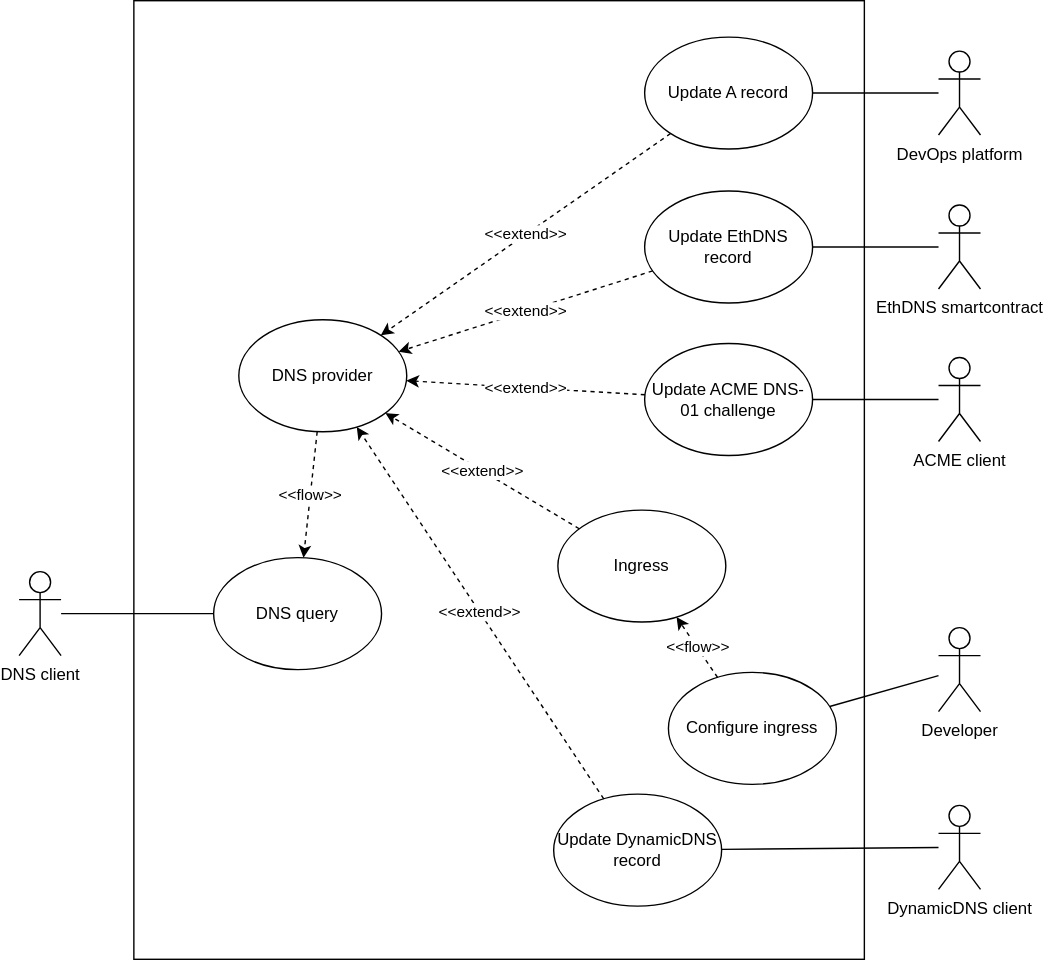
chris13524/tacodns keeps this draw.io diagram as use-cases.drawio.svg. Above is the earlier version. Source tidied: cells renumbered, new cells last; positions are measured from the earlier drawing's top-left corner, leaving out a move shared by most shapes. Source of this version:
```xml
<mxGraphModel>
  <root>
    <mxCell id="0" />
    <mxCell id="1" parent="0" />
    <mxCell id="2" value="DNS client" style="shape=umlActor;verticalLabelPosition=bottom;verticalAlign=top;html=1;outlineConnect=0;" parent="1" vertex="1">
      <mxGeometry y="408" width="30" height="60" as="geometry" />
    </mxCell>
    <mxCell id="3" style="rounded=0;whiteSpace=wrap;html=1;" parent="1" vertex="1">
      <mxGeometry x="82" width="522" height="685" as="geometry" />
    </mxCell>
    <mxCell id="4" value="DNS query" style="ellipse;whiteSpace=wrap;html=1;" parent="1" vertex="1">
      <mxGeometry x="139" y="398" width="120" height="80" as="geometry" />
    </mxCell>
    <mxCell id="5" style="endArrow=none;html=1;endFill=0;" parent="1" edge="1" source="2" target="4">
      <mxGeometry relative="1" as="geometry" />
    </mxCell>
    <mxCell id="6" value="ACME client" style="shape=umlActor;verticalLabelPosition=bottom;verticalAlign=top;html=1;outlineConnect=0;" parent="1" vertex="1">
      <mxGeometry x="657" y="255" width="30" height="60" as="geometry" />
    </mxCell>
    <mxCell id="7" value="DNS provider" style="ellipse;whiteSpace=wrap;html=1;" parent="1" vertex="1">
      <mxGeometry x="157" y="228" width="120" height="80" as="geometry" />
    </mxCell>
    <mxCell id="8" value="&amp;lt;&amp;lt;flow&amp;gt;&amp;gt;" style="endArrow=classic;html=1;dashed=1;" parent="1" edge="1" source="7" target="4">
      <mxGeometry relative="1" as="geometry" />
    </mxCell>
    <mxCell id="9" value="Update ACME DNS-01 challenge" style="ellipse;whiteSpace=wrap;html=1;" parent="1" vertex="1">
      <mxGeometry x="447" y="245" width="120" height="80" as="geometry" />
    </mxCell>
    <mxCell id="10" value="&amp;lt;&amp;lt;extend&amp;gt;&amp;gt;" style="endArrow=classic;html=1;dashed=1;" parent="1" edge="1" source="9" target="7">
      <mxGeometry relative="1" as="geometry" />
    </mxCell>
    <mxCell id="11" style="endArrow=none;html=1;startArrow=none;startFill=0;endFill=0;" parent="1" edge="1" source="6" target="9">
      <mxGeometry relative="1" as="geometry" />
    </mxCell>
    <mxCell id="12" value="DynamicDNS client" style="shape=umlActor;verticalLabelPosition=bottom;verticalAlign=top;html=1;outlineConnect=0;" parent="1" vertex="1">
      <mxGeometry x="657" y="575" width="30" height="60" as="geometry" />
    </mxCell>
    <mxCell id="13" value="Update DynamicDNS record" style="ellipse;whiteSpace=wrap;html=1;" parent="1" vertex="1">
      <mxGeometry x="382" y="567" width="120" height="80" as="geometry" />
    </mxCell>
    <mxCell id="14" value="&amp;lt;&amp;lt;extend&amp;gt;&amp;gt;" style="endArrow=classic;html=1;dashed=1;" parent="1" edge="1" source="13" target="7">
      <mxGeometry relative="1" as="geometry" />
    </mxCell>
    <mxCell id="15" style="endArrow=none;html=1;startArrow=none;startFill=0;endFill=0;" parent="1" edge="1" source="12" target="13">
      <mxGeometry relative="1" as="geometry" />
    </mxCell>
    <mxCell id="16" value="Developer" style="shape=umlActor;verticalLabelPosition=bottom;verticalAlign=top;html=1;outlineConnect=0;" parent="1" vertex="1">
      <mxGeometry x="657" y="448" width="30" height="60" as="geometry" />
    </mxCell>
    <mxCell id="17" value="Ingress" style="ellipse;whiteSpace=wrap;html=1;" parent="1" vertex="1">
      <mxGeometry x="385" y="364" width="120" height="80" as="geometry" />
    </mxCell>
    <mxCell id="18" value="&amp;lt;&amp;lt;extend&amp;gt;&amp;gt;" style="endArrow=classic;html=1;dashed=1;" parent="1" edge="1" source="17" target="7">
      <mxGeometry relative="1" as="geometry" />
    </mxCell>
    <mxCell id="19" style="endArrow=none;html=1;startArrow=none;startFill=0;endFill=0;" parent="1" edge="1" source="16" target="20">
      <mxGeometry relative="1" as="geometry" />
    </mxCell>
    <mxCell id="20" value="Configure ingress" style="ellipse;whiteSpace=wrap;html=1;" parent="1" vertex="1">
      <mxGeometry x="464" y="480" width="120" height="80" as="geometry" />
    </mxCell>
    <mxCell id="21" value="&amp;lt;&amp;lt;flow&amp;gt;&amp;gt;" style="endArrow=classic;html=1;dashed=1;" parent="1" edge="1" source="20" target="17">
      <mxGeometry relative="1" as="geometry" />
    </mxCell>
    <mxCell id="22" value="EthDNS smartcontract" style="shape=umlActor;verticalLabelPosition=bottom;verticalAlign=top;html=1;outlineConnect=0;" parent="1" vertex="1">
      <mxGeometry x="657" y="146" width="30" height="60" as="geometry" />
    </mxCell>
    <mxCell id="23" value="Update EthDNS record" style="ellipse;whiteSpace=wrap;html=1;" parent="1" vertex="1">
      <mxGeometry x="447" y="136" width="120" height="80" as="geometry" />
    </mxCell>
    <mxCell id="24" style="endArrow=none;html=1;startArrow=none;startFill=0;endFill=0;" parent="1" edge="1" source="22" target="23">
      <mxGeometry relative="1" as="geometry" />
    </mxCell>
    <mxCell id="25" value="&amp;lt;&amp;lt;extend&amp;gt;&amp;gt;" style="endArrow=classic;html=1;dashed=1;" parent="1" edge="1" source="23" target="7">
      <mxGeometry relative="1" as="geometry" />
    </mxCell>
    <mxCell id="26" value="DevOps platform" style="shape=umlActor;verticalLabelPosition=bottom;verticalAlign=top;html=1;outlineConnect=0;" parent="1" vertex="1">
      <mxGeometry x="657" y="36" width="30" height="60" as="geometry" />
    </mxCell>
    <mxCell id="27" value="Update A record" style="ellipse;whiteSpace=wrap;html=1;" parent="1" vertex="1">
      <mxGeometry x="447" y="26" width="120" height="80" as="geometry" />
    </mxCell>
    <mxCell id="28" style="endArrow=none;html=1;startArrow=none;startFill=0;endFill=0;" parent="1" edge="1" source="26" target="27">
      <mxGeometry relative="1" as="geometry" />
    </mxCell>
    <mxCell id="29" value="&amp;lt;&amp;lt;extend&amp;gt;&amp;gt;" style="endArrow=classic;html=1;dashed=1;" parent="1" edge="1" source="27" target="7">
      <mxGeometry relative="1" as="geometry" />
    </mxCell>
  </root>
</mxGraphModel>
```
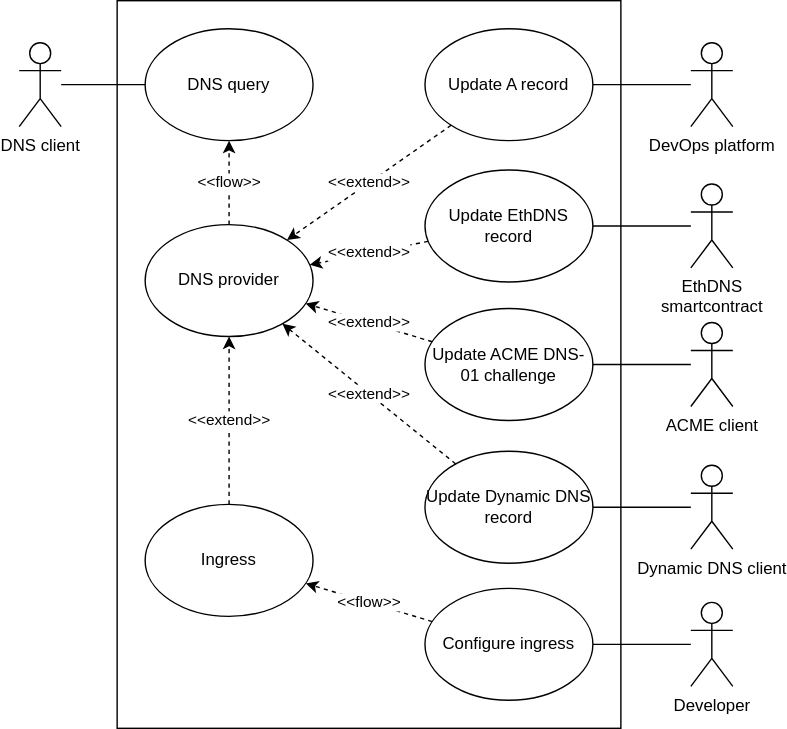
Later version of the same file.

What changed in the source:
```diff
@@ -3,28 +3,28 @@
     <mxCell id="0" />
     <mxCell id="1" parent="0" />
     <mxCell id="2" value="DNS client" style="shape=umlActor;verticalLabelPosition=bottom;verticalAlign=top;html=1;outlineConnect=0;" parent="1" vertex="1">
-      <mxGeometry y="408" width="30" height="60" as="geometry" />
+      <mxGeometry x="37" y="55" width="30" height="60" as="geometry" />
     </mxCell>
-    <mxCell id="3" style="rounded=0;whiteSpace=wrap;html=1;" parent="1" vertex="1">
-      <mxGeometry x="82" width="522" height="685" as="geometry" />
+    <mxCell id="3" style="rounded=0;whiteSpace=wrap;html=1;fillColor=none;" parent="1" vertex="1">
+      <mxGeometry x="107" y="25" width="360" height="520" as="geometry" />
     </mxCell>
     <mxCell id="4" value="DNS query" style="ellipse;whiteSpace=wrap;html=1;" parent="1" vertex="1">
-      <mxGeometry x="139" y="398" width="120" height="80" as="geometry" />
+      <mxGeometry x="127" y="45" width="120" height="80" as="geometry" />
     </mxCell>
     <mxCell id="5" style="endArrow=none;html=1;endFill=0;" parent="1" edge="1" source="2" target="4">
       <mxGeometry relative="1" as="geometry" />
     </mxCell>
     <mxCell id="6" value="ACME client" style="shape=umlActor;verticalLabelPosition=bottom;verticalAlign=top;html=1;outlineConnect=0;" parent="1" vertex="1">
-      <mxGeometry x="657" y="255" width="30" height="60" as="geometry" />
+      <mxGeometry x="517" y="255" width="30" height="60" as="geometry" />
     </mxCell>
     <mxCell id="7" value="DNS provider" style="ellipse;whiteSpace=wrap;html=1;" parent="1" vertex="1">
-      <mxGeometry x="157" y="228" width="120" height="80" as="geometry" />
+      <mxGeometry x="127" y="185" width="120" height="80" as="geometry" />
     </mxCell>
     <mxCell id="8" value="&amp;lt;&amp;lt;flow&amp;gt;&amp;gt;" style="endArrow=classic;html=1;dashed=1;" parent="1" edge="1" source="7" target="4">
       <mxGeometry relative="1" as="geometry" />
     </mxCell>
     <mxCell id="9" value="Update ACME DNS-01 challenge" style="ellipse;whiteSpace=wrap;html=1;" parent="1" vertex="1">
-      <mxGeometry x="447" y="245" width="120" height="80" as="geometry" />
+      <mxGeometry x="327" y="245" width="120" height="80" as="geometry" />
     </mxCell>
     <mxCell id="10" value="&amp;lt;&amp;lt;extend&amp;gt;&amp;gt;" style="endArrow=classic;html=1;dashed=1;" parent="1" edge="1" source="9" target="7">
       <mxGeometry relative="1" as="geometry" />
@@ -32,11 +32,11 @@
     <mxCell id="11" style="endArrow=none;html=1;startArrow=none;startFill=0;endFill=0;" parent="1" edge="1" source="6" target="9">
       <mxGeometry relative="1" as="geometry" />
     </mxCell>
-    <mxCell id="12" value="DynamicDNS client" style="shape=umlActor;verticalLabelPosition=bottom;verticalAlign=top;html=1;outlineConnect=0;" parent="1" vertex="1">
-      <mxGeometry x="657" y="575" width="30" height="60" as="geometry" />
+    <mxCell id="12" value="Dynamic DNS client" style="shape=umlActor;verticalLabelPosition=bottom;verticalAlign=top;html=1;outlineConnect=0;" parent="1" vertex="1">
+      <mxGeometry x="517" y="357" width="30" height="60" as="geometry" />
     </mxCell>
-    <mxCell id="13" value="Update DynamicDNS record" style="ellipse;whiteSpace=wrap;html=1;" parent="1" vertex="1">
-      <mxGeometry x="382" y="567" width="120" height="80" as="geometry" />
+    <mxCell id="13" value="Update Dynamic DNS record" style="ellipse;whiteSpace=wrap;html=1;" parent="1" vertex="1">
+      <mxGeometry x="327" y="347" width="120" height="80" as="geometry" />
     </mxCell>
     <mxCell id="14" value="&amp;lt;&amp;lt;extend&amp;gt;&amp;gt;" style="endArrow=classic;html=1;dashed=1;" parent="1" edge="1" source="13" target="7">
       <mxGeometry relative="1" as="geometry" />
@@ -45,10 +45,10 @@
       <mxGeometry relative="1" as="geometry" />
     </mxCell>
     <mxCell id="16" value="Developer" style="shape=umlActor;verticalLabelPosition=bottom;verticalAlign=top;html=1;outlineConnect=0;" parent="1" vertex="1">
-      <mxGeometry x="657" y="448" width="30" height="60" as="geometry" />
+      <mxGeometry x="517" y="455" width="30" height="60" as="geometry" />
     </mxCell>
     <mxCell id="17" value="Ingress" style="ellipse;whiteSpace=wrap;html=1;" parent="1" vertex="1">
-      <mxGeometry x="385" y="364" width="120" height="80" as="geometry" />
+      <mxGeometry x="127" y="385" width="120" height="80" as="geometry" />
     </mxCell>
     <mxCell id="18" value="&amp;lt;&amp;lt;extend&amp;gt;&amp;gt;" style="endArrow=classic;html=1;dashed=1;" parent="1" edge="1" source="17" target="7">
       <mxGeometry relative="1" as="geometry" />
@@ -57,16 +57,16 @@
       <mxGeometry relative="1" as="geometry" />
     </mxCell>
     <mxCell id="20" value="Configure ingress" style="ellipse;whiteSpace=wrap;html=1;" parent="1" vertex="1">
-      <mxGeometry x="464" y="480" width="120" height="80" as="geometry" />
+      <mxGeometry x="327" y="445" width="120" height="80" as="geometry" />
     </mxCell>
     <mxCell id="21" value="&amp;lt;&amp;lt;flow&amp;gt;&amp;gt;" style="endArrow=classic;html=1;dashed=1;" parent="1" edge="1" source="20" target="17">
       <mxGeometry relative="1" as="geometry" />
     </mxCell>
-    <mxCell id="22" value="EthDNS smartcontract" style="shape=umlActor;verticalLabelPosition=bottom;verticalAlign=top;html=1;outlineConnect=0;" parent="1" vertex="1">
-      <mxGeometry x="657" y="146" width="30" height="60" as="geometry" />
+    <mxCell id="22" value="EthDNS&lt;br&gt;smartcontract" style="shape=umlActor;verticalLabelPosition=bottom;verticalAlign=top;html=1;outlineConnect=0;" parent="1" vertex="1">
+      <mxGeometry x="517" y="156" width="30" height="60" as="geometry" />
     </mxCell>
     <mxCell id="23" value="Update EthDNS record" style="ellipse;whiteSpace=wrap;html=1;" parent="1" vertex="1">
-      <mxGeometry x="447" y="136" width="120" height="80" as="geometry" />
+      <mxGeometry x="327" y="146" width="120" height="80" as="geometry" />
     </mxCell>
     <mxCell id="24" style="endArrow=none;html=1;startArrow=none;startFill=0;endFill=0;" parent="1" edge="1" source="22" target="23">
       <mxGeometry relative="1" as="geometry" />
@@ -75,10 +75,10 @@
       <mxGeometry relative="1" as="geometry" />
     </mxCell>
     <mxCell id="26" value="DevOps platform" style="shape=umlActor;verticalLabelPosition=bottom;verticalAlign=top;html=1;outlineConnect=0;" parent="1" vertex="1">
-      <mxGeometry x="657" y="36" width="30" height="60" as="geometry" />
+      <mxGeometry x="517" y="55" width="30" height="60" as="geometry" />
     </mxCell>
     <mxCell id="27" value="Update A record" style="ellipse;whiteSpace=wrap;html=1;" parent="1" vertex="1">
-      <mxGeometry x="447" y="26" width="120" height="80" as="geometry" />
+      <mxGeometry x="327" y="45" width="120" height="80" as="geometry" />
     </mxCell>
     <mxCell id="28" style="endArrow=none;html=1;startArrow=none;startFill=0;endFill=0;" parent="1" edge="1" source="26" target="27">
       <mxGeometry relative="1" as="geometry" />
```
